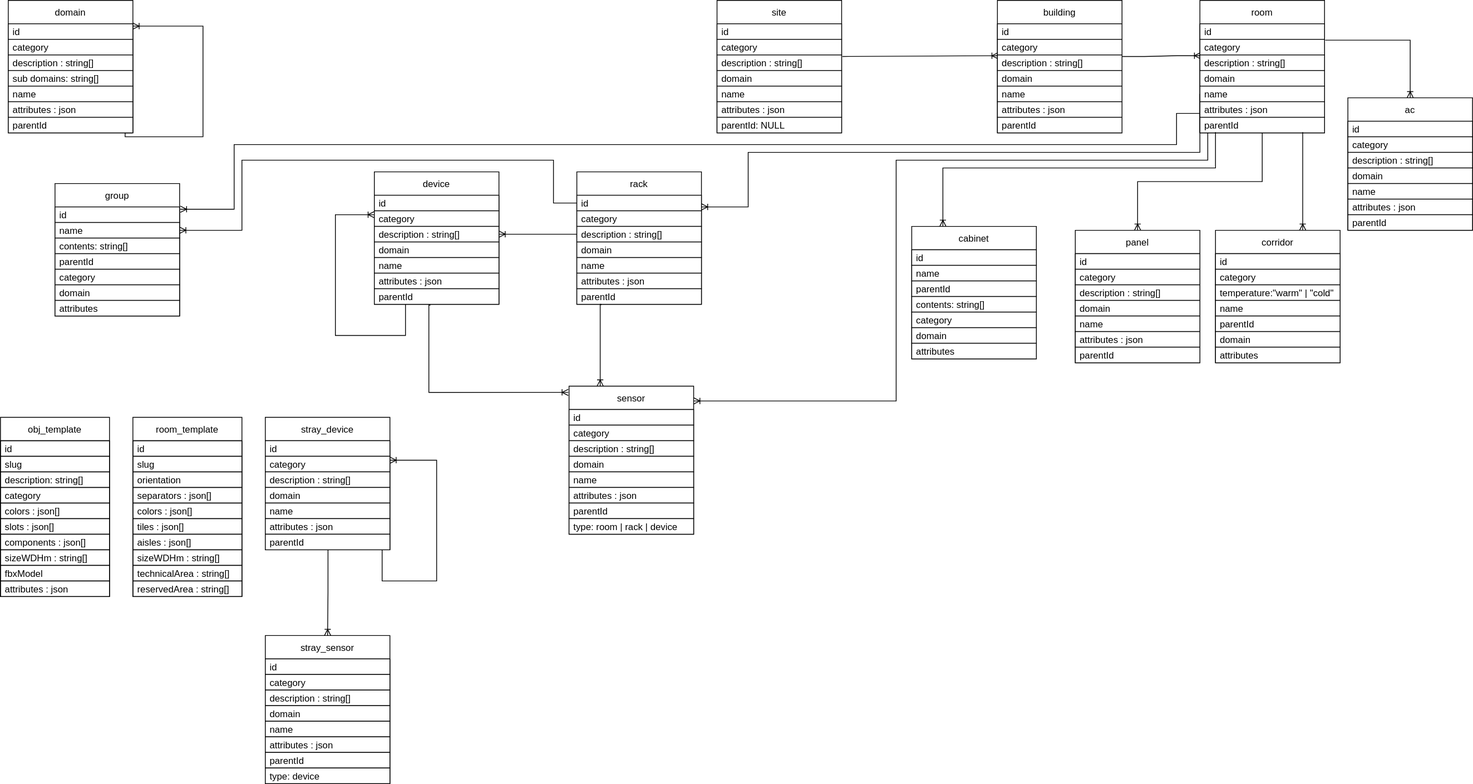
Earlier version of the draw.io export resources/diagrams/DB_Diagram.svg (ditrit/OGrEE-Core). Source tidied: cells renumbered, new cells last; positions are measured from the earlier drawing's top-left corner, leaving out a move shared by most shapes.
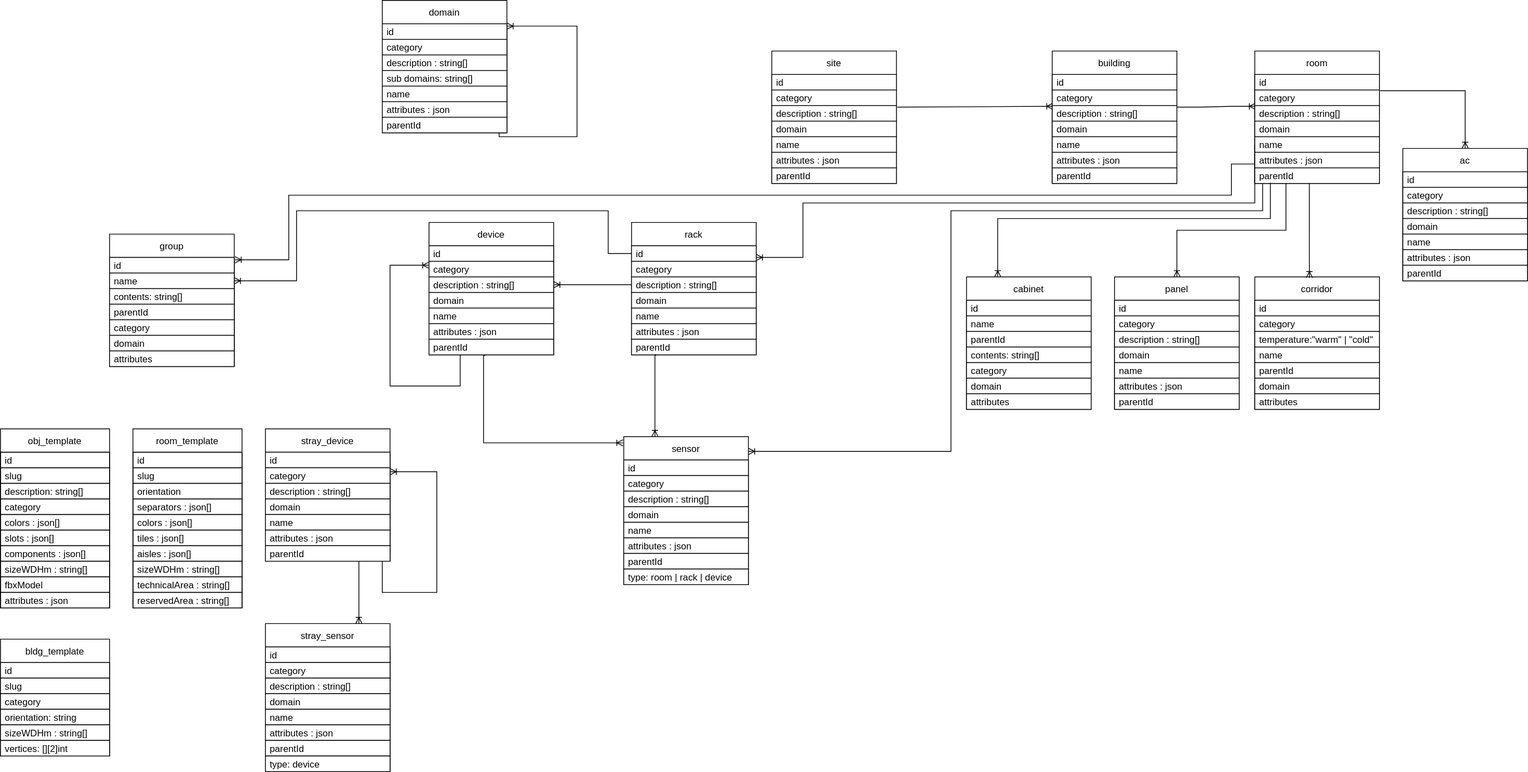
The same diagram one commit later.

Diff of the diagram source:
```diff
@@ -2,40 +2,6 @@
   <root>
     <mxCell id="0" />
     <mxCell id="1" parent="0" />
-    <mxCell id="2" value="domain" style="swimlane;fontStyle=0;horizontal=1;startSize=30;fillColor=default;strokeColor=default;fontColor=default;" parent="1" vertex="1">
-      <mxGeometry x="10" width="160" height="170" as="geometry" />
-    </mxCell>
-    <mxCell id="3" value="id" style="text;strokeColor=default;fillColor=default;align=left;verticalAlign=middle;spacingLeft=4;spacingRight=4;overflow=hidden;points=[[0,0.5],[1,0.5]];portConstraint=eastwest;fontColor=default;" parent="2" vertex="1">
-      <mxGeometry y="30" width="160" height="20" as="geometry" />
-    </mxCell>
-    <mxCell id="4" value="category" style="text;strokeColor=default;fillColor=default;align=left;verticalAlign=middle;spacingLeft=4;spacingRight=4;overflow=hidden;fontColor=default;" parent="2" vertex="1">
-      <mxGeometry y="50" width="160" height="20" as="geometry" />
-    </mxCell>
-    <mxCell id="5" value="description : string[]" style="text;strokeColor=default;fillColor=default;align=left;verticalAlign=middle;spacingLeft=4;spacingRight=4;overflow=hidden;fontColor=default;" parent="2" vertex="1">
-      <mxGeometry y="70" width="160" height="20" as="geometry" />
-    </mxCell>
-    <mxCell id="6" value="sub domains: string[]" style="text;strokeColor=default;fillColor=default;align=left;verticalAlign=middle;spacingLeft=4;spacingRight=4;overflow=hidden;fontColor=default;" parent="2" vertex="1">
-      <mxGeometry y="90" width="160" height="20" as="geometry" />
-    </mxCell>
-    <mxCell id="7" value="name" style="text;strokeColor=default;fillColor=default;align=left;verticalAlign=middle;spacingLeft=4;spacingRight=4;overflow=hidden;fontColor=default;" parent="2" vertex="1">
-      <mxGeometry y="110" width="160" height="20" as="geometry" />
-    </mxCell>
-    <mxCell id="8" value="attributes : json" style="text;strokeColor=default;fillColor=default;align=left;verticalAlign=middle;spacingLeft=4;spacingRight=4;overflow=hidden;fontColor=default;" parent="2" vertex="1">
-      <mxGeometry y="130" width="160" height="20" as="geometry" />
-    </mxCell>
-    <mxCell id="9" value="parentId" style="text;strokeColor=default;fillColor=default;align=left;verticalAlign=middle;spacingLeft=4;spacingRight=4;overflow=hidden;points=[[0,0.5],[1,0.5]];portConstraint=eastwest;fontColor=default;" parent="2" vertex="1">
-      <mxGeometry y="150" width="160" height="20" as="geometry" />
-    </mxCell>
-    <mxCell id="10" style="edgeStyle=orthogonalEdgeStyle;rounded=0;jettySize=auto;html=1;labelBackgroundColor=default;fontColor=default;endArrow=ERoneToMany;endFill=0;strokeColor=default;exitX=0.994;exitY=1;exitDx=0;exitDy=0;exitPerimeter=0;entryX=1;entryY=0.15;entryDx=0;entryDy=0;entryPerimeter=0;" parent="2" edge="1" source="9" target="3">
-      <mxGeometry relative="1" as="geometry">
-        <Array as="points">
-          <mxPoint x="150" y="170" />
-          <mxPoint x="150" y="175" />
-          <mxPoint x="250" y="175" />
-          <mxPoint x="250" y="33" />
-        </Array>
-      </mxGeometry>
-    </mxCell>
     <mxCell id="11" style="endArrow=ERoneToMany;html=1;rounded=0;labelBackgroundColor=default;fontColor=default;strokeColor=default;entryX=0.006;entryY=1.05;entryDx=0;entryDy=0;entryPerimeter=0;endFill=0;exitX=1.006;exitY=0.1;exitDx=0;exitDy=0;exitPerimeter=0;" parent="1" edge="1" source="27" target="34">
       <mxGeometry relative="1" as="geometry" />
     </mxCell>
@@ -43,7 +9,7 @@
       <mxGeometry relative="1" as="geometry" />
     </mxCell>
     <mxCell id="13" value="room_template" style="swimlane;fontStyle=0;horizontal=1;startSize=30;fontColor=default;strokeColor=default;fillColor=default;" parent="1" vertex="1">
-      <mxGeometry x="170" y="535" width="140" height="230" as="geometry" />
+      <mxGeometry x="100" y="485" width="140" height="230" as="geometry" />
     </mxCell>
     <mxCell id="14" value="id" style="text;strokeColor=default;fillColor=none;align=left;verticalAlign=middle;spacingLeft=4;spacingRight=4;overflow=hidden;fontColor=default;" parent="13" vertex="1">
       <mxGeometry y="30" width="140" height="20" as="geometry" />
@@ -96,7 +62,7 @@
     <mxCell id="30" value="attributes : json" style="text;strokeColor=default;fillColor=default;align=left;verticalAlign=middle;spacingLeft=4;spacingRight=4;overflow=hidden;fontColor=default;" parent="24" vertex="1">
       <mxGeometry y="130" width="160" height="20" as="geometry" />
     </mxCell>
-    <mxCell id="31" value="parentId: NULL" style="text;strokeColor=default;fillColor=default;align=left;verticalAlign=middle;spacingLeft=4;spacingRight=4;overflow=hidden;fontColor=default;" parent="24" vertex="1">
+    <mxCell id="31" value="parentId" style="text;strokeColor=default;fillColor=default;align=left;verticalAlign=middle;spacingLeft=4;spacingRight=4;overflow=hidden;fontColor=default;" parent="24" vertex="1">
       <mxGeometry y="150" width="160" height="20" as="geometry" />
     </mxCell>
     <mxCell id="32" value="building" style="swimlane;fontStyle=0;horizontal=1;startSize=30;fillColor=default;strokeColor=default;fontColor=default;" parent="1" vertex="1">
@@ -232,7 +198,7 @@
       </mxGeometry>
     </mxCell>
     <mxCell id="70" value="obj_template" style="swimlane;fontStyle=0;horizontal=1;startSize=30;fontColor=default;strokeColor=default;fillColor=default;" parent="1" vertex="1">
-      <mxGeometry y="535" width="140" height="230" as="geometry" />
+      <mxGeometry x="-70" y="485" width="140" height="230" as="geometry" />
     </mxCell>
     <mxCell id="71" value="id" style="text;strokeColor=default;fillColor=none;align=left;verticalAlign=middle;spacingLeft=4;spacingRight=4;overflow=hidden;fontColor=default;" parent="70" vertex="1">
       <mxGeometry y="30" width="140" height="20" as="geometry" />
@@ -336,7 +302,7 @@
       <mxGeometry y="150" width="160" height="20" as="geometry" />
     </mxCell>
     <mxCell id="101" value="corridor" style="swimlane;fontStyle=0;horizontal=1;startSize=30;fillColor=default;strokeColor=default;fontColor=default;" parent="1" vertex="1">
-      <mxGeometry x="1560" y="295" width="160" height="170" as="geometry" />
+      <mxGeometry x="1540" y="290" width="160" height="170" as="geometry" />
     </mxCell>
     <mxCell id="102" value="id" style="text;strokeColor=default;fillColor=default;align=left;verticalAlign=middle;spacingLeft=4;spacingRight=4;overflow=hidden;fontColor=default;" parent="101" vertex="1">
       <mxGeometry y="30" width="160" height="20" as="geometry" />
@@ -426,7 +392,7 @@
       <mxGeometry y="150" width="160" height="20" as="geometry" />
     </mxCell>
     <mxCell id="131" value="panel" style="swimlane;fontStyle=0;horizontal=1;startSize=30;fillColor=default;strokeColor=default;fontColor=default;" parent="1" vertex="1">
-      <mxGeometry x="1380" y="295" width="160" height="170" as="geometry" />
+      <mxGeometry x="1360" y="290" width="160" height="170" as="geometry" />
     </mxCell>
     <mxCell id="132" value="id" style="text;strokeColor=default;fillColor=default;align=left;verticalAlign=middle;spacingLeft=4;spacingRight=4;overflow=hidden;fontColor=default;" parent="131" vertex="1">
       <mxGeometry y="30" width="160" height="20" as="geometry" />
@@ -464,15 +430,18 @@
         </Array>
       </mxGeometry>
     </mxCell>
-    <mxCell id="141" style="endArrow=ERoneToMany;html=1;rounded=0;labelBackgroundColor=default;fontColor=default;strokeColor=default;edgeStyle=orthogonalEdgeStyle;endFill=0;entryX=0.5;entryY=0;entryDx=0;entryDy=0;exitX=0.5;exitY=1;exitDx=0;exitDy=0;" parent="1" edge="1" source="40" target="131">
-      <mxGeometry relative="1" as="geometry" />
+    <mxCell id="141" style="endArrow=ERoneToMany;html=1;rounded=0;labelBackgroundColor=default;fontColor=default;strokeColor=default;edgeStyle=orthogonalEdgeStyle;endFill=0;entryX=0.5;entryY=0;entryDx=0;entryDy=0;exitX=0.263;exitY=1;exitDx=0;exitDy=0;exitPerimeter=0;" parent="1" edge="1" source="50" target="131">
+      <mxGeometry relative="1" as="geometry">
+        <Array as="points">
+          <mxPoint x="1580" y="170" />
+          <mxPoint x="1580" y="230" />
+          <mxPoint x="1440" y="230" />
+        </Array>
+      </mxGeometry>
     </mxCell>
-    <mxCell id="142" style="endArrow=ERoneToMany;html=1;rounded=0;labelBackgroundColor=default;fontColor=default;strokeColor=default;edgeStyle=orthogonalEdgeStyle;endFill=0;exitX=0.825;exitY=0.95;exitDx=0;exitDy=0;exitPerimeter=0;" parent="1" edge="1" source="50">
+    <mxCell id="142" style="endArrow=ERoneToMany;html=1;rounded=0;labelBackgroundColor=default;fontColor=default;strokeColor=default;edgeStyle=orthogonalEdgeStyle;endFill=0;entryX=0.438;entryY=0.006;entryDx=0;entryDy=0;entryPerimeter=0;" parent="1" edge="1" target="101">
       <mxGeometry relative="1" as="geometry">
-        <mxPoint x="1672" y="295" as="targetPoint" />
-        <Array as="points">
-          <mxPoint x="1672" y="295" />
-        </Array>
+        <mxPoint x="1610" y="170" as="sourcePoint" />
       </mxGeometry>
     </mxCell>
     <mxCell id="143" style="edgeStyle=orthogonalEdgeStyle;rounded=0;jettySize=auto;html=1;labelBackgroundColor=default;fontColor=default;endArrow=ERoneToMany;endFill=0;strokeColor=default;entryX=-0.006;entryY=0.042;entryDx=0;entryDy=0;entryPerimeter=0;exitX=0.45;exitY=1.05;exitDx=0;exitDy=0;exitPerimeter=0;" parent="1" edge="1" source="67" target="81">
@@ -506,7 +475,7 @@
       </mxGeometry>
     </mxCell>
     <mxCell id="146" value="stray_device" style="swimlane;fontStyle=0;horizontal=1;startSize=30;fillColor=default;strokeColor=default;fontColor=default;" parent="1" vertex="1">
-      <mxGeometry x="340" y="535" width="160" height="170" as="geometry" />
+      <mxGeometry x="270" y="485" width="160" height="170" as="geometry" />
     </mxCell>
     <mxCell id="147" value="id" style="text;strokeColor=default;fillColor=default;align=left;verticalAlign=middle;spacingLeft=4;spacingRight=4;overflow=hidden;fontColor=default;" parent="146" vertex="1">
       <mxGeometry y="30" width="160" height="20" as="geometry" />
@@ -542,36 +511,95 @@
       </mxGeometry>
     </mxCell>
     <mxCell id="155" value="stray_sensor" style="swimlane;fontStyle=0;horizontal=1;startSize=30;fillColor=default;strokeColor=default;fontColor=default;" parent="1" vertex="1">
-      <mxGeometry x="340" y="815" width="160" height="190" as="geometry" />
+      <mxGeometry x="270" y="735" width="160" height="190" as="geometry" />
     </mxCell>
-    <mxCell id="156" value="id" style="text;strokeColor=default;fillColor=default;align=left;verticalAlign=middle;spacingLeft=4;spacingRight=4;overflow=hidden;fontColor=default;" parent="155" vertex="1">
-      <mxGeometry y="30" width="160" height="20" as="geometry" />
-    </mxCell>
-    <mxCell id="157" value="category" style="text;strokeColor=default;fillColor=default;align=left;verticalAlign=middle;spacingLeft=4;spacingRight=4;overflow=hidden;fontColor=default;" parent="155" vertex="1">
-      <mxGeometry y="50" width="160" height="20" as="geometry" />
-    </mxCell>
-    <mxCell id="158" value="description : string[]" style="text;strokeColor=default;fillColor=default;align=left;verticalAlign=middle;spacingLeft=4;spacingRight=4;overflow=hidden;fontColor=default;" parent="155" vertex="1">
-      <mxGeometry y="70" width="160" height="20" as="geometry" />
-    </mxCell>
+    <mxCell id="165" value="id" style="text;strokeColor=default;fillColor=default;align=left;verticalAlign=middle;spacingLeft=4;spacingRight=4;overflow=hidden;fontColor=default;" parent="155" vertex="1">
+      <mxGeometry y="30" width="160" height="20" as="geometry" />
+    </mxCell>
+    <mxCell id="166" value="category" style="text;strokeColor=default;fillColor=default;align=left;verticalAlign=middle;spacingLeft=4;spacingRight=4;overflow=hidden;fontColor=default;" parent="155" vertex="1">
+      <mxGeometry y="50" width="160" height="20" as="geometry" />
+    </mxCell>
+    <mxCell id="167" value="description : string[]" style="text;strokeColor=default;fillColor=default;align=left;verticalAlign=middle;spacingLeft=4;spacingRight=4;overflow=hidden;fontColor=default;" parent="155" vertex="1">
+      <mxGeometry y="70" width="160" height="20" as="geometry" />
+    </mxCell>
     <mxCell id="159" value="domain" style="text;strokeColor=default;fillColor=default;align=left;verticalAlign=middle;spacingLeft=4;spacingRight=4;overflow=hidden;fontColor=default;" parent="155" vertex="1">
       <mxGeometry y="90" width="160" height="20" as="geometry" />
     </mxCell>
-    <mxCell id="160" value="name" style="text;strokeColor=default;fillColor=default;align=left;verticalAlign=middle;spacingLeft=4;spacingRight=4;overflow=hidden;fontColor=default;" parent="155" vertex="1">
-      <mxGeometry y="110" width="160" height="20" as="geometry" />
-    </mxCell>
-    <mxCell id="161" value="attributes : json" style="text;strokeColor=default;fillColor=default;align=left;verticalAlign=middle;spacingLeft=4;spacingRight=4;overflow=hidden;fontColor=default;" parent="155" vertex="1">
-      <mxGeometry y="130" width="160" height="20" as="geometry" />
-    </mxCell>
-    <mxCell id="162" value="parentId" style="text;strokeColor=default;fillColor=default;align=left;verticalAlign=middle;spacingLeft=4;spacingRight=4;overflow=hidden;fontColor=default;" parent="155" vertex="1">
-      <mxGeometry y="150" width="160" height="20" as="geometry" />
-    </mxCell>
+    <mxCell id="168" value="name" style="text;strokeColor=default;fillColor=default;align=left;verticalAlign=middle;spacingLeft=4;spacingRight=4;overflow=hidden;fontColor=default;" parent="155" vertex="1">
+      <mxGeometry y="110" width="160" height="20" as="geometry" />
+    </mxCell>
+    <mxCell id="169" value="attributes : json" style="text;strokeColor=default;fillColor=default;align=left;verticalAlign=middle;spacingLeft=4;spacingRight=4;overflow=hidden;fontColor=default;" parent="155" vertex="1">
+      <mxGeometry y="130" width="160" height="20" as="geometry" />
+    </mxCell>
+    <mxCell id="170" value="parentId" style="text;strokeColor=default;fillColor=default;align=left;verticalAlign=middle;spacingLeft=4;spacingRight=4;overflow=hidden;fontColor=default;" parent="155" vertex="1">
+      <mxGeometry y="150" width="160" height="20" as="geometry" />
+    </mxCell>
     <mxCell id="163" value="type:  device" style="text;strokeColor=default;fillColor=default;align=left;verticalAlign=middle;spacingLeft=4;spacingRight=4;overflow=hidden;fontColor=default;" parent="155" vertex="1">
       <mxGeometry y="170" width="160" height="20" as="geometry" />
     </mxCell>
-    <mxCell id="164" style="edgeStyle=orthogonalEdgeStyle;rounded=0;jettySize=auto;html=1;entryX=0.5;entryY=0;entryDx=0;entryDy=0;labelBackgroundColor=default;fontColor=default;endArrow=ERoneToMany;endFill=0;strokeColor=default;exitX=0.194;exitY=1.05;exitDx=0;exitDy=0;exitPerimeter=0;" parent="1" edge="1" target="155">
-      <mxGeometry relative="1" as="geometry">
-        <mxPoint x="420.5" y="705" as="sourcePoint" />
-      </mxGeometry>
-    </mxCell>
+    <mxCell id="171" style="endArrow=ERoneToMany;html=1;rounded=0;labelBackgroundColor=default;fontColor=default;strokeColor=default;edgeStyle=orthogonalEdgeStyle;endFill=0;exitX=0.5;exitY=1;exitDx=0;exitDy=0;entryX=0.75;entryY=0;entryDx=0;entryDy=0;" parent="1" edge="1" target="155">
+      <mxGeometry relative="1" as="geometry">
+        <mxPoint x="390" y="655" as="sourcePoint" />
+        <Array as="points">
+          <mxPoint x="390" y="695" />
+          <mxPoint x="390" y="695" />
+        </Array>
+      </mxGeometry>
+    </mxCell>
+    <mxCell id="172" value="bldg_template" style="swimlane;fontStyle=0;horizontal=1;startSize=30;fillColor=default;strokeColor=default;fontColor=default;" parent="1" vertex="1">
+      <mxGeometry x="-70" y="755" width="140" height="150" as="geometry" />
+    </mxCell>
+    <mxCell id="173" value="id" style="text;strokeColor=default;fillColor=default;align=left;verticalAlign=middle;spacingLeft=4;spacingRight=4;overflow=hidden;fontColor=default;" parent="172" vertex="1">
+      <mxGeometry y="30" width="140" height="20" as="geometry" />
+    </mxCell>
+    <mxCell id="174" value="slug" style="text;strokeColor=default;fillColor=default;align=left;verticalAlign=middle;spacingLeft=4;spacingRight=4;overflow=hidden;fontColor=default;" parent="172" vertex="1">
+      <mxGeometry y="50" width="140" height="20" as="geometry" />
+    </mxCell>
+    <mxCell id="175" value="category" style="text;strokeColor=default;fillColor=default;align=left;verticalAlign=middle;spacingLeft=4;spacingRight=4;overflow=hidden;fontColor=default;" parent="172" vertex="1">
+      <mxGeometry y="70" width="140" height="20" as="geometry" />
+    </mxCell>
+    <mxCell id="176" value="orientation: string" style="text;strokeColor=default;fillColor=default;align=left;verticalAlign=middle;spacingLeft=4;spacingRight=4;overflow=hidden;fontColor=default;" parent="172" vertex="1">
+      <mxGeometry y="90" width="140" height="20" as="geometry" />
+    </mxCell>
+    <mxCell id="177" value="sizeWDHm : string[]" style="text;strokeColor=default;fillColor=default;align=left;verticalAlign=middle;spacingLeft=4;spacingRight=4;overflow=hidden;fontColor=default;" parent="172" vertex="1">
+      <mxGeometry y="110" width="140" height="20" as="geometry" />
+    </mxCell>
+    <mxCell id="178" value="vertices: [][2]int" style="text;strokeColor=default;fillColor=default;align=left;verticalAlign=middle;spacingLeft=4;spacingRight=4;overflow=hidden;fontColor=default;" parent="172" vertex="1">
+      <mxGeometry y="130" width="140" height="20" as="geometry" />
+    </mxCell>
+    <mxCell id="2" value="domain" style="swimlane;fontStyle=0;horizontal=1;startSize=30;fillColor=default;strokeColor=default;fontColor=default;" parent="1" vertex="1">
+      <mxGeometry x="420" y="-65" width="160" height="170" as="geometry" />
+    </mxCell>
+    <mxCell id="179" value="id" style="text;strokeColor=default;fillColor=default;align=left;verticalAlign=middle;spacingLeft=4;spacingRight=4;overflow=hidden;points=[[0,0.5],[1,0.5]];portConstraint=eastwest;fontColor=default;" parent="2" vertex="1">
+      <mxGeometry y="30" width="160" height="20" as="geometry" />
+    </mxCell>
+    <mxCell id="180" value="category" style="text;strokeColor=default;fillColor=default;align=left;verticalAlign=middle;spacingLeft=4;spacingRight=4;overflow=hidden;fontColor=default;" parent="2" vertex="1">
+      <mxGeometry y="50" width="160" height="20" as="geometry" />
+    </mxCell>
+    <mxCell id="181" value="description : string[]" style="text;strokeColor=default;fillColor=default;align=left;verticalAlign=middle;spacingLeft=4;spacingRight=4;overflow=hidden;fontColor=default;" parent="2" vertex="1">
+      <mxGeometry y="70" width="160" height="20" as="geometry" />
+    </mxCell>
+    <mxCell id="6" value="sub domains: string[]" style="text;strokeColor=default;fillColor=default;align=left;verticalAlign=middle;spacingLeft=4;spacingRight=4;overflow=hidden;fontColor=default;" parent="2" vertex="1">
+      <mxGeometry y="90" width="160" height="20" as="geometry" />
+    </mxCell>
+    <mxCell id="182" value="name" style="text;strokeColor=default;fillColor=default;align=left;verticalAlign=middle;spacingLeft=4;spacingRight=4;overflow=hidden;fontColor=default;" parent="2" vertex="1">
+      <mxGeometry y="110" width="160" height="20" as="geometry" />
+    </mxCell>
+    <mxCell id="183" value="attributes : json" style="text;strokeColor=default;fillColor=default;align=left;verticalAlign=middle;spacingLeft=4;spacingRight=4;overflow=hidden;fontColor=default;" parent="2" vertex="1">
+      <mxGeometry y="130" width="160" height="20" as="geometry" />
+    </mxCell>
+    <mxCell id="184" value="parentId" style="text;strokeColor=default;fillColor=default;align=left;verticalAlign=middle;spacingLeft=4;spacingRight=4;overflow=hidden;points=[[0,0.5],[1,0.5]];portConstraint=eastwest;fontColor=default;" parent="2" vertex="1">
+      <mxGeometry y="150" width="160" height="20" as="geometry" />
+    </mxCell>
+    <mxCell id="185" style="edgeStyle=orthogonalEdgeStyle;rounded=0;jettySize=auto;html=1;labelBackgroundColor=default;fontColor=default;endArrow=ERoneToMany;endFill=0;strokeColor=default;exitX=0.994;exitY=1;exitDx=0;exitDy=0;exitPerimeter=0;entryX=1;entryY=0.15;entryDx=0;entryDy=0;entryPerimeter=0;" parent="2" edge="1" source="184" target="179">
+      <mxGeometry relative="1" as="geometry">
+        <Array as="points">
+          <mxPoint x="150" y="170" />
+          <mxPoint x="150" y="175" />
+          <mxPoint x="250" y="175" />
+          <mxPoint x="250" y="33" />
+        </Array>
+      </mxGeometry>
+    </mxCell>
   </root>
 </mxGraphModel>
```
